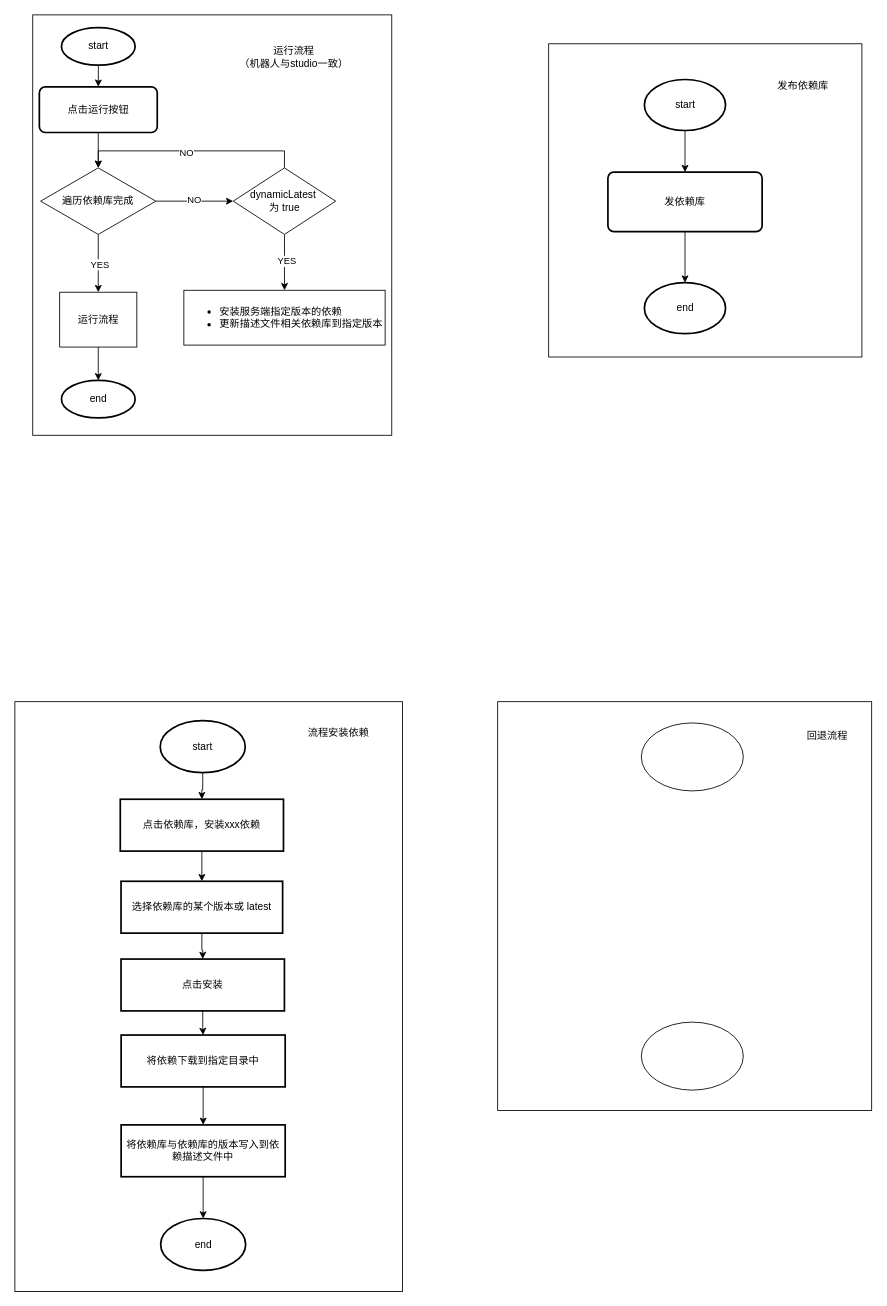
KevinBrother/draw keeps this draw.io diagram as dg/交行依赖库更新流程.drawio. Above is the earlier version. Source tidied: cells renumbered, new cells numbered last; positions are measured from the earlier drawing's top-left corner, leaving out a move shared by most shapes. Both pictures are drawn from the tidied source at 85%, with x=0, y=0 at pixel (14, 14).
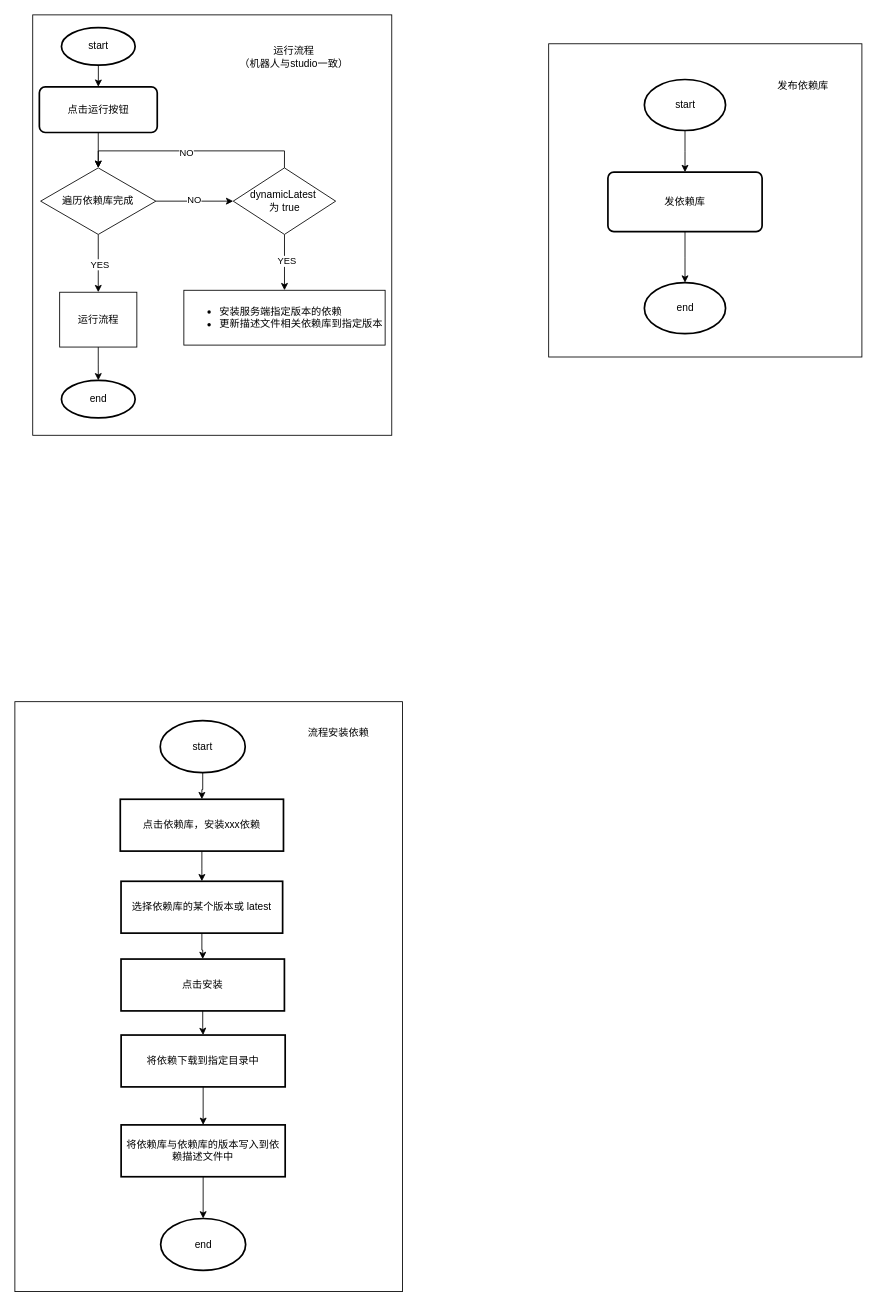
The same diagram, later.

Commit message:
更新交行依赖库更新流程.drawio

Change to the diagram source:
```diff
@@
-    <mxCell id="25" style="group;strokeColor=default;" parent="1" vertex="1">
-      <mxGeometry x="568" y="808" width="440" height="481" as="geometry" />
-    </mxCell>
-    <mxCell id="26" style="ellipse;whiteSpace=wrap;html=1;strokeColor=default;" parent="25" vertex="1">
-      <mxGeometry x="169" y="25" width="120" height="80" as="geometry" />
-    </mxCell>
-    <mxCell id="27" style="ellipse;whiteSpace=wrap;html=1;strokeColor=default;" parent="25" vertex="1">
-      <mxGeometry x="169" y="377" width="120" height="80" as="geometry" />
-    </mxCell>
-    <mxCell id="28" value="回退流程" style="text;html=1;strokeColor=none;fillColor=none;align=center;verticalAlign=middle;whiteSpace=wrap;rounded=0;" parent="25" vertex="1">
-      <mxGeometry x="358" y="25" width="60" height="30" as="geometry" />
-    </mxCell>
```
